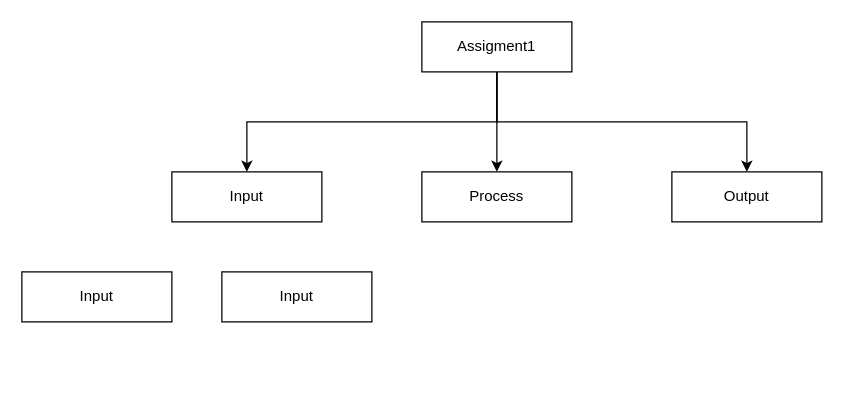
Before: pictures/assigment1(2).drawio in Igor-Zhelezniak-1/ics4u-assigment-1-typescript, a draw.io diagram. Source tidied: cells renumbered, new cells numbered last; positions are measured from the earlier drawing's top-left corner, leaving out a move shared by most shapes. Both pictures are drawn from the tidied source at 125%, with x=0, y=0 at pixel (21, 21).
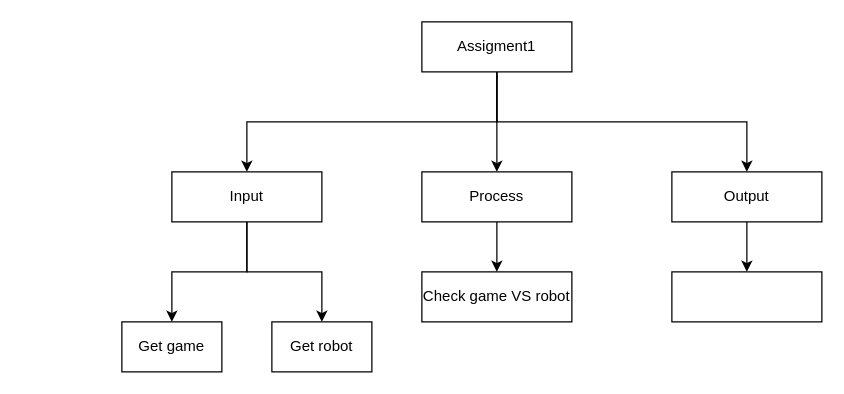
The same diagram, later.

The change refers to these unchanged cells:
```xml
<mxCell id="6" value="Input" style="rounded=0;whiteSpace=wrap;html=1;" parent="1" vertex="1">
  <mxGeometry x="120" y="120" width="120" height="40" as="geometry" />
</mxCell>
<mxCell id="7" value="&lt;span&gt;Output&lt;/span&gt;" style="rounded=0;whiteSpace=wrap;html=1;" parent="1" vertex="1">
  <mxGeometry x="520" y="120" width="120" height="40" as="geometry" />
</mxCell>
<mxCell id="8" value="Process" style="rounded=0;whiteSpace=wrap;html=1;" parent="1" vertex="1">
  <mxGeometry x="320" y="120" width="120" height="40" as="geometry" />
</mxCell>
```

The edit, as a diff of the source:
```diff
@@
+    <mxCell id="11" style="edgeStyle=none;rounded=0;html=1;entryX=0.5;entryY=0;entryDx=0;entryDy=0;exitX=0.5;exitY=1;exitDx=0;exitDy=0;" parent="1" edge="1" source="6" target="10">
+      <mxGeometry relative="1" as="geometry">
+        <Array as="points">
+          <mxPoint x="180" y="200" />
+          <mxPoint x="240" y="200" />
+        </Array>
+      </mxGeometry>
+    </mxCell>
+    <mxCell id="12" style="edgeStyle=none;rounded=0;html=1;entryX=0.5;entryY=0;entryDx=0;entryDy=0;exitX=0.5;exitY=1;exitDx=0;exitDy=0;" parent="1" edge="1" source="6" target="9">
+      <mxGeometry relative="1" as="geometry">
+        <Array as="points">
+          <mxPoint x="180" y="200" />
+          <mxPoint x="120" y="200" />
+        </Array>
+      </mxGeometry>
+    </mxCell>
@@
+    <mxCell id="13" style="edgeStyle=none;rounded=0;html=1;entryX=0.5;entryY=0;entryDx=0;entryDy=0;" parent="1" edge="1" source="7" target="16">
+      <mxGeometry relative="1" as="geometry" />
+    </mxCell>
@@
+    <mxCell id="14" style="edgeStyle=none;rounded=0;html=1;entryX=0.5;entryY=0;entryDx=0;entryDy=0;" parent="1" edge="1" source="8" target="15">
+      <mxGeometry relative="1" as="geometry" />
+    </mxCell>
@@
-    <mxCell id="9" value="Input" style="rounded=0;whiteSpace=wrap;html=1;" parent="1" vertex="1">
-      <mxGeometry y="200" width="120" height="40" as="geometry" />
+    <mxCell id="9" value="Get&amp;nbsp;game" style="rounded=0;whiteSpace=wrap;html=1;" parent="1" vertex="1">
+      <mxGeometry x="80" y="240" width="80" height="40" as="geometry" />
     </mxCell>
-    <mxCell id="10" value="Input" style="rounded=0;whiteSpace=wrap;html=1;" parent="1" vertex="1">
-      <mxGeometry x="160" y="200" width="120" height="40" as="geometry" />
+    <mxCell id="10" value="Get&amp;nbsp;robot" style="rounded=0;whiteSpace=wrap;html=1;" parent="1" vertex="1">
+      <mxGeometry x="200" y="240" width="80" height="40" as="geometry" />
     </mxCell>
+    <mxCell id="15" value="Check game VS robot" style="rounded=0;whiteSpace=wrap;html=1;" parent="1" vertex="1">
+      <mxGeometry x="320" y="200" width="120" height="40" as="geometry" />
+    </mxCell>
+    <mxCell id="16" style="rounded=0;whiteSpace=wrap;html=1;" parent="1" vertex="1">
+      <mxGeometry x="520" y="200" width="120" height="40" as="geometry" />
+    </mxCell>
```
